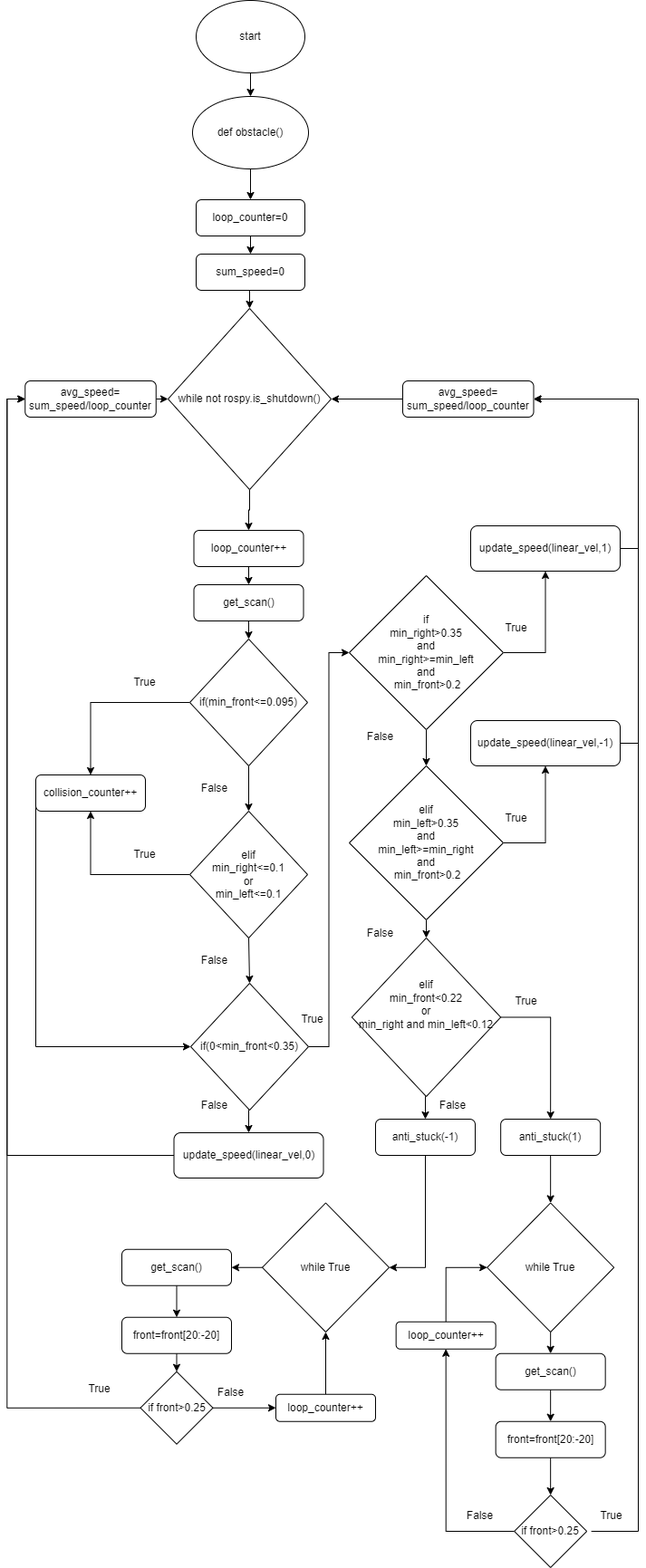
Teun0n/flowcharts keeps this draw.io diagram as Untitled Diagram.drawio.png. Above is the earlier version. Source tidied: cells renumbered, new cells last; positions are measured from the earlier drawing's top-left corner, leaving out a move shared by most shapes.
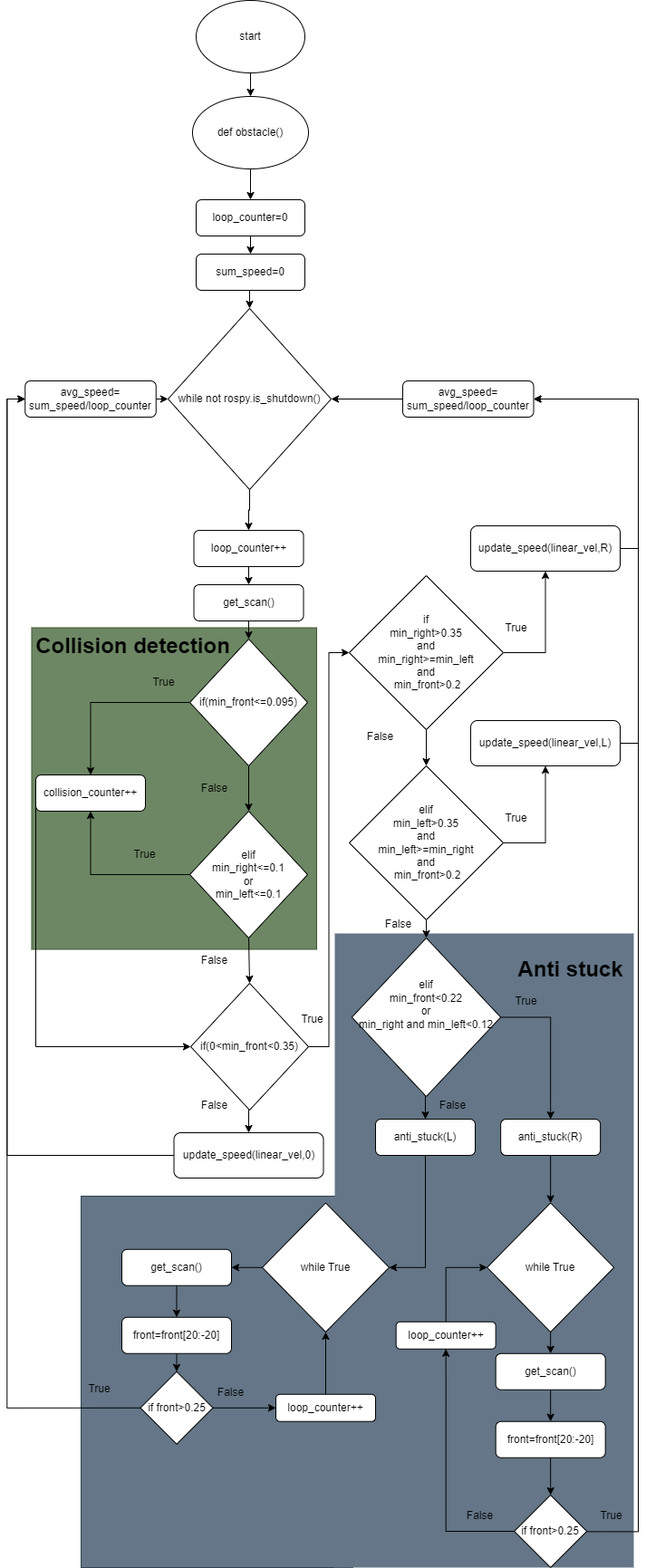
The same file after the commit.

What changed in the source:
```diff
@@ -2,6 +2,15 @@
   <root>
     <mxCell id="0" />
     <mxCell id="1" parent="0" />
+    <mxCell id="88" style="rounded=0;whiteSpace=wrap;html=1;fillColor=#647687;fontColor=#ffffff;strokeColor=#314354;" parent="1" vertex="1">
+      <mxGeometry x="62" y="1320" width="300" height="410" as="geometry" />
+    </mxCell>
+    <mxCell id="89" style="rounded=0;whiteSpace=wrap;html=1;fillColor=#647687;fontColor=#ffffff;strokeColor=none;" parent="1" vertex="1">
+      <mxGeometry x="342" y="1030" width="330" height="700" as="geometry" />
+    </mxCell>
+    <mxCell id="90" style="rounded=0;whiteSpace=wrap;html=1;fillColor=#6d8764;strokeColor=#3A5431;fontColor=#ffffff;" parent="1" vertex="1">
+      <mxGeometry x="7.5" y="692.5" width="314.5" height="355" as="geometry" />
+    </mxCell>
     <mxCell id="2" style="edgeStyle=orthogonalEdgeStyle;rounded=0;jettySize=auto;html=1;exitX=0.5;exitY=1;exitDx=0;exitDy=0;" parent="1" edge="1" source="4" target="6">
       <mxGeometry relative="1" as="geometry" />
     </mxCell>
@@ -47,7 +56,7 @@
     <mxCell id="16" style="edgeStyle=orthogonalEdgeStyle;rounded=0;jettySize=auto;html=1;exitX=1;exitY=0.5;exitDx=0;exitDy=0;entryX=1;entryY=0.5;entryDx=0;entryDy=0;" parent="1" edge="1" source="17" target="62">
       <mxGeometry relative="1" as="geometry" />
     </mxCell>
-    <mxCell id="17" value="update_speed(linear_vel,1)" style="rounded=1;whiteSpace=wrap;html=1;fontSize=12;glass=0;strokeWidth=1;shadow=0;" parent="1" vertex="1">
+    <mxCell id="17" value="update_speed(linear_vel,R)" style="rounded=1;whiteSpace=wrap;html=1;fontSize=12;glass=0;strokeWidth=1;shadow=0;" parent="1" vertex="1">
       <mxGeometry x="492" y="580" width="165" height="50" as="geometry" />
     </mxCell>
     <mxCell id="18" style="edgeStyle=orthogonalEdgeStyle;rounded=0;jettySize=auto;html=1;exitX=0.5;exitY=1;exitDx=0;exitDy=0;entryX=0.5;entryY=0;entryDx=0;entryDy=0;" parent="1" edge="1" source="20" target="27">
@@ -62,7 +71,7 @@
     <mxCell id="21" style="edgeStyle=orthogonalEdgeStyle;rounded=0;jettySize=auto;html=1;exitX=1;exitY=0.5;exitDx=0;exitDy=0;entryX=1;entryY=0.5;entryDx=0;entryDy=0;" parent="1" edge="1" source="22" target="62">
       <mxGeometry relative="1" as="geometry" />
     </mxCell>
-    <mxCell id="22" value="update_speed(linear_vel,-1)" style="rounded=1;whiteSpace=wrap;html=1;fontSize=12;glass=0;strokeWidth=1;shadow=0;" parent="1" vertex="1">
+    <mxCell id="22" value="update_speed(linear_vel,L)" style="rounded=1;whiteSpace=wrap;html=1;fontSize=12;glass=0;strokeWidth=1;shadow=0;" parent="1" vertex="1">
       <mxGeometry x="492" y="795" width="165" height="50" as="geometry" />
     </mxCell>
     <mxCell id="23" style="edgeStyle=orthogonalEdgeStyle;rounded=0;jettySize=auto;html=1;exitX=0;exitY=0.5;exitDx=0;exitDy=0;entryX=0;entryY=0.5;entryDx=0;entryDy=0;" parent="1" edge="1" source="24" target="60">
@@ -113,15 +122,14 @@
     <mxCell id="38" style="edgeStyle=orthogonalEdgeStyle;rounded=0;jettySize=auto;html=1;exitX=0.5;exitY=1;exitDx=0;exitDy=0;entryX=0.5;entryY=0;entryDx=0;entryDy=0;" parent="1" edge="1" source="39" target="29">
       <mxGeometry relative="1" as="geometry" />
     </mxCell>
-    <mxCell id="39" value="anti_stuck(1)" style="rounded=1;whiteSpace=wrap;html=1;" parent="1" vertex="1">
+    <mxCell id="39" value="anti_stuck(R)" style="rounded=1;whiteSpace=wrap;html=1;" parent="1" vertex="1">
       <mxGeometry x="525.2" y="1235" width="110" height="40" as="geometry" />
     </mxCell>
     <mxCell id="40" style="edgeStyle=orthogonalEdgeStyle;rounded=0;jettySize=auto;html=1;exitX=0;exitY=0.5;exitDx=0;exitDy=0;entryX=0.5;entryY=1;entryDx=0;entryDy=0;" parent="1" edge="1" source="42" target="66">
       <mxGeometry relative="1" as="geometry" />
     </mxCell>
-    <mxCell id="41" style="edgeStyle=orthogonalEdgeStyle;rounded=0;orthogonalLoop=1;jettySize=auto;html=1;exitX=1;exitY=0.5;exitDx=0;exitDy=0;entryX=1;entryY=0.5;entryDx=0;entryDy=0;endArrow=none;endFill=0;" parent="1" edge="1">
+    <mxCell id="41" style="edgeStyle=orthogonalEdgeStyle;rounded=0;jettySize=auto;html=1;exitX=-0.051;exitY=1.079;exitDx=0;exitDy=0;entryX=1;entryY=0.5;entryDx=0;entryDy=0;endArrow=none;endFill=0;exitPerimeter=0;" parent="1" edge="1" source="78">
       <mxGeometry relative="1" as="geometry">
-        <mxPoint x="625.2" y="1690" as="sourcePoint" />
         <mxPoint x="566.5" y="440" as="targetPoint" />
         <Array as="points">
           <mxPoint x="677" y="1690" />
@@ -153,7 +161,7 @@
     <mxCell id="49" style="edgeStyle=orthogonalEdgeStyle;rounded=0;jettySize=auto;html=1;exitX=0.5;exitY=1;exitDx=0;exitDy=0;entryX=1;entryY=0.5;entryDx=0;entryDy=0;" parent="1" edge="1" source="50" target="44">
       <mxGeometry relative="1" as="geometry" />
     </mxCell>
-    <mxCell id="50" value="anti_stuck(-1)" style="rounded=1;whiteSpace=wrap;html=1;" parent="1" vertex="1">
+    <mxCell id="50" value="anti_stuck(L)" style="rounded=1;whiteSpace=wrap;html=1;" parent="1" vertex="1">
       <mxGeometry x="387" y="1235" width="110" height="40" as="geometry" />
     </mxCell>
     <mxCell id="51" style="edgeStyle=orthogonalEdgeStyle;rounded=0;jettySize=auto;html=1;exitX=1;exitY=0.5;exitDx=0;exitDy=0;entryX=0;entryY=0.5;entryDx=0;entryDy=0;" parent="1" edge="1" source="53" target="56">
@@ -209,7 +217,7 @@
       <mxGeometry x="409.7" y="1458.8" width="110" height="30" as="geometry" />
     </mxCell>
     <mxCell id="67" value="True" style="text;html=1;align=center;verticalAlign=middle;strokeColor=none;fillColor=none;" parent="1" vertex="1">
-      <mxGeometry x="107" y="738" width="50" height="30" as="geometry" />
+      <mxGeometry x="127.5" y="738" width="50" height="30" as="geometry" />
     </mxCell>
     <mxCell id="68" value="True" style="text;html=1;align=center;verticalAlign=middle;strokeColor=none;fillColor=none;" parent="1" vertex="1">
       <mxGeometry x="107" y="928" width="50" height="30" as="geometry" />
@@ -236,7 +244,7 @@
       <mxGeometry x="367" y="798" width="50" height="30" as="geometry" />
     </mxCell>
     <mxCell id="76" value="False" style="text;html=1;align=center;verticalAlign=middle;strokeColor=none;fillColor=none;" parent="1" vertex="1">
-      <mxGeometry x="367" y="1015" width="50" height="30" as="geometry" />
+      <mxGeometry x="387" y="1005" width="50" height="30" as="geometry" />
     </mxCell>
     <mxCell id="77" value="True" style="text;html=1;align=center;verticalAlign=middle;strokeColor=none;fillColor=none;" parent="1" vertex="1">
       <mxGeometry x="57" y="1518" width="50" height="30" as="geometry" />
@@ -271,5 +279,11 @@
     <mxCell id="87" value="sum_speed=0" style="rounded=1;whiteSpace=wrap;html=1;" parent="1" vertex="1">
       <mxGeometry x="189" y="280" width="120" height="40" as="geometry" />
     </mxCell>
+    <mxCell id="91" value="&lt;h1&gt;Collision detection&lt;/h1&gt;" style="text;html=1;align=center;verticalAlign=middle;strokeColor=none;fillColor=none;" parent="1" vertex="1">
+      <mxGeometry x="-1" y="678" width="240" height="70" as="geometry" />
+    </mxCell>
+    <mxCell id="92" value="&lt;h1&gt;Anti stuck&lt;/h1&gt;" style="text;html=1;align=center;verticalAlign=middle;strokeColor=none;fillColor=none;" parent="1" vertex="1">
+      <mxGeometry x="532" y="1035" width="140" height="70" as="geometry" />
+    </mxCell>
   </root>
 </mxGraphModel>
```
